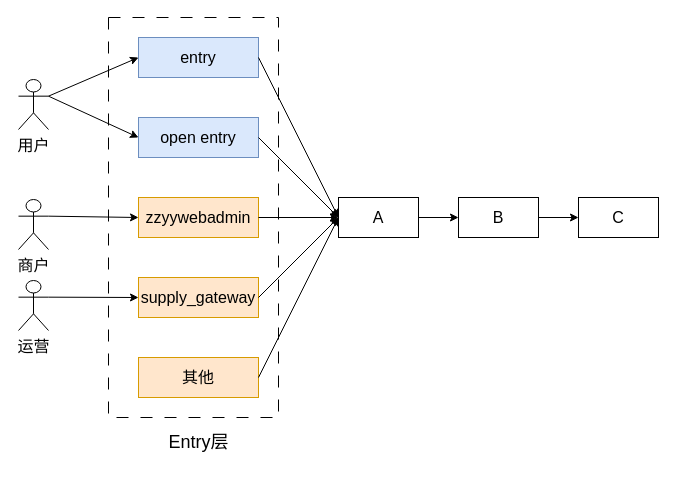
Above: tech/entry/entry.drawio in zhuanzhuan-tech/arch-draw-io (draw.io), before the change. Source tidied: cells renumbered, new cells numbered last; positions are measured from the earlier drawing's top-left corner, leaving out a move shared by most shapes. Both pictures are drawn from the tidied source at 100%, with x=0, y=0 at pixel (18, 17).
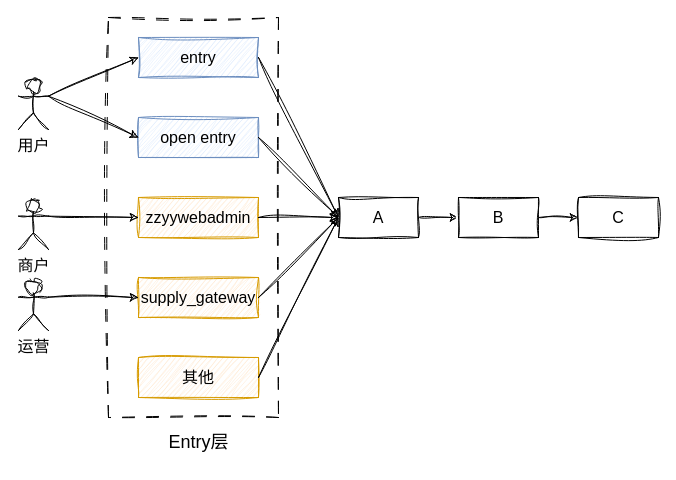
After the change.

Change to the diagram source:
```diff
@@
-    <mxCell id="2" value="&lt;font style=&quot;font-size: 16px;&quot;&gt;用户&lt;/font&gt;" style="shape=umlActor;verticalLabelPosition=bottom;verticalAlign=top;html=1;outlineConnect=0;" parent="1" vertex="1">
+    <mxCell id="2" value="&lt;font style=&quot;font-size: 16px;&quot;&gt;用户&lt;/font&gt;" style="shape=umlActor;verticalLabelPosition=bottom;verticalAlign=top;html=1;outlineConnect=0;sketch=1;curveFitting=1;jiggle=2;" parent="1" vertex="1">
       <mxGeometry y="62" width="30" height="50" as="geometry" />
     </mxCell>
-    <mxCell id="3" value="&lt;font style=&quot;font-size: 16px;&quot;&gt;entry&lt;/font&gt;" style="rounded=0;whiteSpace=wrap;html=1;fillColor=#dae8fc;strokeColor=#6c8ebf;" parent="1" vertex="1">
+    <mxCell id="3" value="&lt;font style=&quot;font-size: 16px;&quot;&gt;entry&lt;/font&gt;" style="rounded=0;whiteSpace=wrap;html=1;fillColor=#dae8fc;strokeColor=#6c8ebf;sketch=1;curveFitting=1;jiggle=2;" parent="1" vertex="1">
       <mxGeometry x="120" y="20" width="120" height="40" as="geometry" />
     </mxCell>
-    <mxCell id="4" value="&lt;font style=&quot;font-size: 16px;&quot;&gt;open entry&lt;/font&gt;" style="rounded=0;whiteSpace=wrap;html=1;fillColor=#dae8fc;strokeColor=#6c8ebf;" parent="1" vertex="1">
+    <mxCell id="4" value="&lt;font style=&quot;font-size: 16px;&quot;&gt;open entry&lt;/font&gt;" style="rounded=0;whiteSpace=wrap;html=1;fillColor=#dae8fc;strokeColor=#6c8ebf;sketch=1;curveFitting=1;jiggle=2;" parent="1" vertex="1">
       <mxGeometry x="120" y="100" width="120" height="40" as="geometry" />
     </mxCell>
-    <mxCell id="5" style="edgeStyle=orthogonalEdgeStyle;rounded=0;jettySize=auto;html=1;exitX=1;exitY=0.5;exitDx=0;exitDy=0;entryX=0;entryY=0.5;entryDx=0;entryDy=0;" parent="1" edge="1" source="6" target="8">
+    <mxCell id="5" style="edgeStyle=orthogonalEdgeStyle;rounded=0;jettySize=auto;html=1;exitX=1;exitY=0.5;exitDx=0;exitDy=0;entryX=0;entryY=0.5;entryDx=0;entryDy=0;sketch=1;curveFitting=1;jiggle=2;" parent="1" edge="1" source="6" target="8">
       <mxGeometry relative="1" as="geometry" />
     </mxCell>
-    <mxCell id="6" value="&lt;font style=&quot;font-size: 16px;&quot;&gt;A&lt;/font&gt;" style="rounded=0;whiteSpace=wrap;html=1;" parent="1" vertex="1">
+    <mxCell id="6" value="&lt;font style=&quot;font-size: 16px;&quot;&gt;A&lt;/font&gt;" style="rounded=0;whiteSpace=wrap;html=1;sketch=1;curveFitting=1;jiggle=2;" parent="1" vertex="1">
       <mxGeometry x="320" y="180" width="80" height="40" as="geometry" />
     </mxCell>
-    <mxCell id="7" style="edgeStyle=orthogonalEdgeStyle;rounded=0;jettySize=auto;html=1;exitX=1;exitY=0.5;exitDx=0;exitDy=0;entryX=0;entryY=0.5;entryDx=0;entryDy=0;" parent="1" edge="1" source="8" target="9">
+    <mxCell id="7" style="edgeStyle=orthogonalEdgeStyle;rounded=0;jettySize=auto;html=1;exitX=1;exitY=0.5;exitDx=0;exitDy=0;entryX=0;entryY=0.5;entryDx=0;entryDy=0;sketch=1;curveFitting=1;jiggle=2;" parent="1" edge="1" source="8" target="9">
       <mxGeometry relative="1" as="geometry" />
     </mxCell>
-    <mxCell id="8" value="&lt;span style=&quot;font-size: 16px;&quot;&gt;B&lt;/span&gt;" style="rounded=0;whiteSpace=wrap;html=1;" parent="1" vertex="1">
+    <mxCell id="8" value="&lt;span style=&quot;font-size: 16px;&quot;&gt;B&lt;/span&gt;" style="rounded=0;whiteSpace=wrap;html=1;sketch=1;curveFitting=1;jiggle=2;" parent="1" vertex="1">
       <mxGeometry x="440" y="180" width="80" height="40" as="geometry" />
     </mxCell>
-    <mxCell id="9" value="&lt;span style=&quot;font-size: 16px;&quot;&gt;C&lt;/span&gt;" style="rounded=0;whiteSpace=wrap;html=1;" parent="1" vertex="1">
+    <mxCell id="9" value="&lt;span style=&quot;font-size: 16px;&quot;&gt;C&lt;/span&gt;" style="rounded=0;whiteSpace=wrap;html=1;sketch=1;curveFitting=1;jiggle=2;" parent="1" vertex="1">
       <mxGeometry x="560" y="180" width="80" height="40" as="geometry" />
     </mxCell>
-    <mxCell id="10" value="&lt;font style=&quot;font-size: 16px;&quot;&gt;zzyywebadmin&lt;/font&gt;" style="rounded=0;whiteSpace=wrap;html=1;fillColor=#ffe6cc;strokeColor=#d79b00;" parent="1" vertex="1">
+    <mxCell id="10" value="&lt;font style=&quot;font-size: 16px;&quot;&gt;zzyywebadmin&lt;/font&gt;" style="rounded=0;whiteSpace=wrap;html=1;fillColor=#ffe6cc;strokeColor=#d79b00;sketch=1;curveFitting=1;jiggle=2;" parent="1" vertex="1">
       <mxGeometry x="120" y="180" width="120" height="40" as="geometry" />
     </mxCell>
-    <mxCell id="11" value="&lt;font style=&quot;font-size: 16px;&quot;&gt;supply_gateway&lt;/font&gt;" style="rounded=0;whiteSpace=wrap;html=1;fillColor=#ffe6cc;strokeColor=#d79b00;" parent="1" vertex="1">
+    <mxCell id="11" value="&lt;font style=&quot;font-size: 16px;&quot;&gt;supply_gateway&lt;/font&gt;" style="rounded=0;whiteSpace=wrap;html=1;fillColor=#ffe6cc;strokeColor=#d79b00;sketch=1;curveFitting=1;jiggle=2;" parent="1" vertex="1">
       <mxGeometry x="120" y="260" width="120" height="40" as="geometry" />
     </mxCell>
-    <mxCell id="12" value="&lt;font style=&quot;font-size: 16px;&quot;&gt;商户&lt;/font&gt;" style="shape=umlActor;verticalLabelPosition=bottom;verticalAlign=top;html=1;outlineConnect=0;" parent="1" vertex="1">
+    <mxCell id="12" value="&lt;font style=&quot;font-size: 16px;&quot;&gt;商户&lt;/font&gt;" style="shape=umlActor;verticalLabelPosition=bottom;verticalAlign=top;html=1;outlineConnect=0;sketch=1;curveFitting=1;jiggle=2;" parent="1" vertex="1">
       <mxGeometry y="182" width="30" height="50" as="geometry" />
     </mxCell>
-    <mxCell id="13" value="&lt;font style=&quot;font-size: 16px;&quot;&gt;运营&lt;/font&gt;" style="shape=umlActor;verticalLabelPosition=bottom;verticalAlign=top;html=1;outlineConnect=0;" parent="1" vertex="1">
+    <mxCell id="13" value="&lt;font style=&quot;font-size: 16px;&quot;&gt;运营&lt;/font&gt;" style="shape=umlActor;verticalLabelPosition=bottom;verticalAlign=top;html=1;outlineConnect=0;sketch=1;curveFitting=1;jiggle=2;" parent="1" vertex="1">
       <mxGeometry y="263" width="30" height="50" as="geometry" />
     </mxCell>
-    <mxCell id="14" style="endArrow=classic;html=1;rounded=0;exitX=1;exitY=0.3333333333333333;exitDx=0;exitDy=0;exitPerimeter=0;entryX=0;entryY=0.5;entryDx=0;entryDy=0;" parent="1" edge="1" source="2" target="3">
+    <mxCell id="14" style="endArrow=classic;html=1;rounded=0;exitX=1;exitY=0.3333333333333333;exitDx=0;exitDy=0;exitPerimeter=0;entryX=0;entryY=0.5;entryDx=0;entryDy=0;sketch=1;curveFitting=1;jiggle=2;" parent="1" edge="1" source="2" target="3">
       <mxGeometry relative="1" as="geometry" />
     </mxCell>
-    <mxCell id="15" style="endArrow=classic;html=1;rounded=0;exitX=1;exitY=0.3333333333333333;exitDx=0;exitDy=0;exitPerimeter=0;entryX=0;entryY=0.5;entryDx=0;entryDy=0;" parent="1" edge="1" source="2" target="4">
+    <mxCell id="15" style="endArrow=classic;html=1;rounded=0;exitX=1;exitY=0.3333333333333333;exitDx=0;exitDy=0;exitPerimeter=0;entryX=0;entryY=0.5;entryDx=0;entryDy=0;sketch=1;curveFitting=1;jiggle=2;" parent="1" edge="1" source="2" target="4">
       <mxGeometry relative="1" as="geometry" />
     </mxCell>
-    <mxCell id="16" style="endArrow=classic;html=1;rounded=0;exitX=1;exitY=0.5;exitDx=0;exitDy=0;entryX=0;entryY=0.5;entryDx=0;entryDy=0;" parent="1" edge="1" source="3" target="6">
+    <mxCell id="16" style="endArrow=classic;html=1;rounded=0;exitX=1;exitY=0.5;exitDx=0;exitDy=0;entryX=0;entryY=0.5;entryDx=0;entryDy=0;sketch=1;curveFitting=1;jiggle=2;" parent="1" edge="1" source="3" target="6">
       <mxGeometry relative="1" as="geometry" />
     </mxCell>
-    <mxCell id="17" style="endArrow=classic;html=1;rounded=0;exitX=1;exitY=0.5;exitDx=0;exitDy=0;entryX=0;entryY=0.5;entryDx=0;entryDy=0;" parent="1" edge="1" source="4" target="6">
+    <mxCell id="17" style="endArrow=classic;html=1;rounded=0;exitX=1;exitY=0.5;exitDx=0;exitDy=0;entryX=0;entryY=0.5;entryDx=0;entryDy=0;sketch=1;curveFitting=1;jiggle=2;" parent="1" edge="1" source="4" target="6">
       <mxGeometry relative="1" as="geometry" />
     </mxCell>
-    <mxCell id="18" style="endArrow=classic;html=1;rounded=0;exitX=1;exitY=0.5;exitDx=0;exitDy=0;entryX=0;entryY=0.5;entryDx=0;entryDy=0;" parent="1" edge="1" source="10" target="6">
+    <mxCell id="18" style="endArrow=classic;html=1;rounded=0;exitX=1;exitY=0.5;exitDx=0;exitDy=0;entryX=0;entryY=0.5;entryDx=0;entryDy=0;sketch=1;curveFitting=1;jiggle=2;" parent="1" edge="1" source="10" target="6">
       <mxGeometry relative="1" as="geometry" />
     </mxCell>
-    <mxCell id="19" style="endArrow=classic;html=1;rounded=0;exitX=1;exitY=0.5;exitDx=0;exitDy=0;entryX=0;entryY=0.5;entryDx=0;entryDy=0;" parent="1" edge="1" source="11" target="6">
+    <mxCell id="19" style="endArrow=classic;html=1;rounded=0;exitX=1;exitY=0.5;exitDx=0;exitDy=0;entryX=0;entryY=0.5;entryDx=0;entryDy=0;sketch=1;curveFitting=1;jiggle=2;" parent="1" edge="1" source="11" target="6">
       <mxGeometry relative="1" as="geometry" />
     </mxCell>
-    <mxCell id="20" value="&lt;span style=&quot;font-size: 16px;&quot;&gt;其他&lt;/span&gt;" style="rounded=0;whiteSpace=wrap;html=1;fillColor=#ffe6cc;strokeColor=#d79b00;" parent="1" vertex="1">
+    <mxCell id="20" value="&lt;span style=&quot;font-size: 16px;&quot;&gt;其他&lt;/span&gt;" style="rounded=0;whiteSpace=wrap;html=1;fillColor=#ffe6cc;strokeColor=#d79b00;sketch=1;curveFitting=1;jiggle=2;" parent="1" vertex="1">
       <mxGeometry x="120" y="340" width="120" height="40" as="geometry" />
     </mxCell>
-    <mxCell id="21" style="endArrow=classic;html=1;rounded=0;exitX=1;exitY=0.5;exitDx=0;exitDy=0;entryX=0;entryY=0.5;entryDx=0;entryDy=0;" parent="1" edge="1" source="20" target="6">
+    <mxCell id="21" style="endArrow=classic;html=1;rounded=0;exitX=1;exitY=0.5;exitDx=0;exitDy=0;entryX=0;entryY=0.5;entryDx=0;entryDy=0;sketch=1;curveFitting=1;jiggle=2;" parent="1" edge="1" source="20" target="6">
       <mxGeometry relative="1" as="geometry" />
     </mxCell>
-    <mxCell id="22" style="endArrow=classic;html=1;rounded=0;exitX=1;exitY=0.3333333333333333;exitDx=0;exitDy=0;exitPerimeter=0;entryX=0;entryY=0.5;entryDx=0;entryDy=0;" parent="1" edge="1" source="12" target="10">
+    <mxCell id="22" style="endArrow=classic;html=1;rounded=0;exitX=1;exitY=0.3333333333333333;exitDx=0;exitDy=0;exitPerimeter=0;entryX=0;entryY=0.5;entryDx=0;entryDy=0;sketch=1;curveFitting=1;jiggle=2;" parent="1" edge="1" source="12" target="10">
       <mxGeometry relative="1" as="geometry" />
     </mxCell>
-    <mxCell id="23" style="endArrow=classic;html=1;rounded=0;exitX=1;exitY=0.3333333333333333;exitDx=0;exitDy=0;exitPerimeter=0;entryX=0;entryY=0.5;entryDx=0;entryDy=0;" parent="1" edge="1" source="13" target="11">
+    <mxCell id="23" style="endArrow=classic;html=1;rounded=0;exitX=1;exitY=0.3333333333333333;exitDx=0;exitDy=0;exitPerimeter=0;entryX=0;entryY=0.5;entryDx=0;entryDy=0;sketch=1;curveFitting=1;jiggle=2;" parent="1" edge="1" source="13" target="11">
       <mxGeometry relative="1" as="geometry" />
     </mxCell>
-    <mxCell id="24" style="rounded=0;whiteSpace=wrap;html=1;fillColor=none;dashed=1;dashPattern=12 12;" parent="1" vertex="1">
+    <mxCell id="24" style="rounded=0;whiteSpace=wrap;html=1;fillColor=none;dashed=1;dashPattern=12 12;sketch=1;curveFitting=1;jiggle=2;" parent="1" vertex="1">
       <mxGeometry x="90" width="170" height="400" as="geometry" />
     </mxCell>
-    <mxCell id="25" value="&lt;font style=&quot;font-size: 18px;&quot;&gt;Entry层&lt;/font&gt;" style="text;html=1;align=center;verticalAlign=middle;strokeColor=none;fillColor=none;" parent="1" vertex="1">
+    <mxCell id="25" value="&lt;font style=&quot;font-size: 18px;&quot;&gt;Entry层&lt;/font&gt;" style="text;html=1;align=center;verticalAlign=middle;strokeColor=none;fillColor=none;sketch=1;curveFitting=1;jiggle=2;" parent="1" vertex="1">
       <mxGeometry x="140" y="405" width="80" height="40" as="geometry" />
     </mxCell>
```
